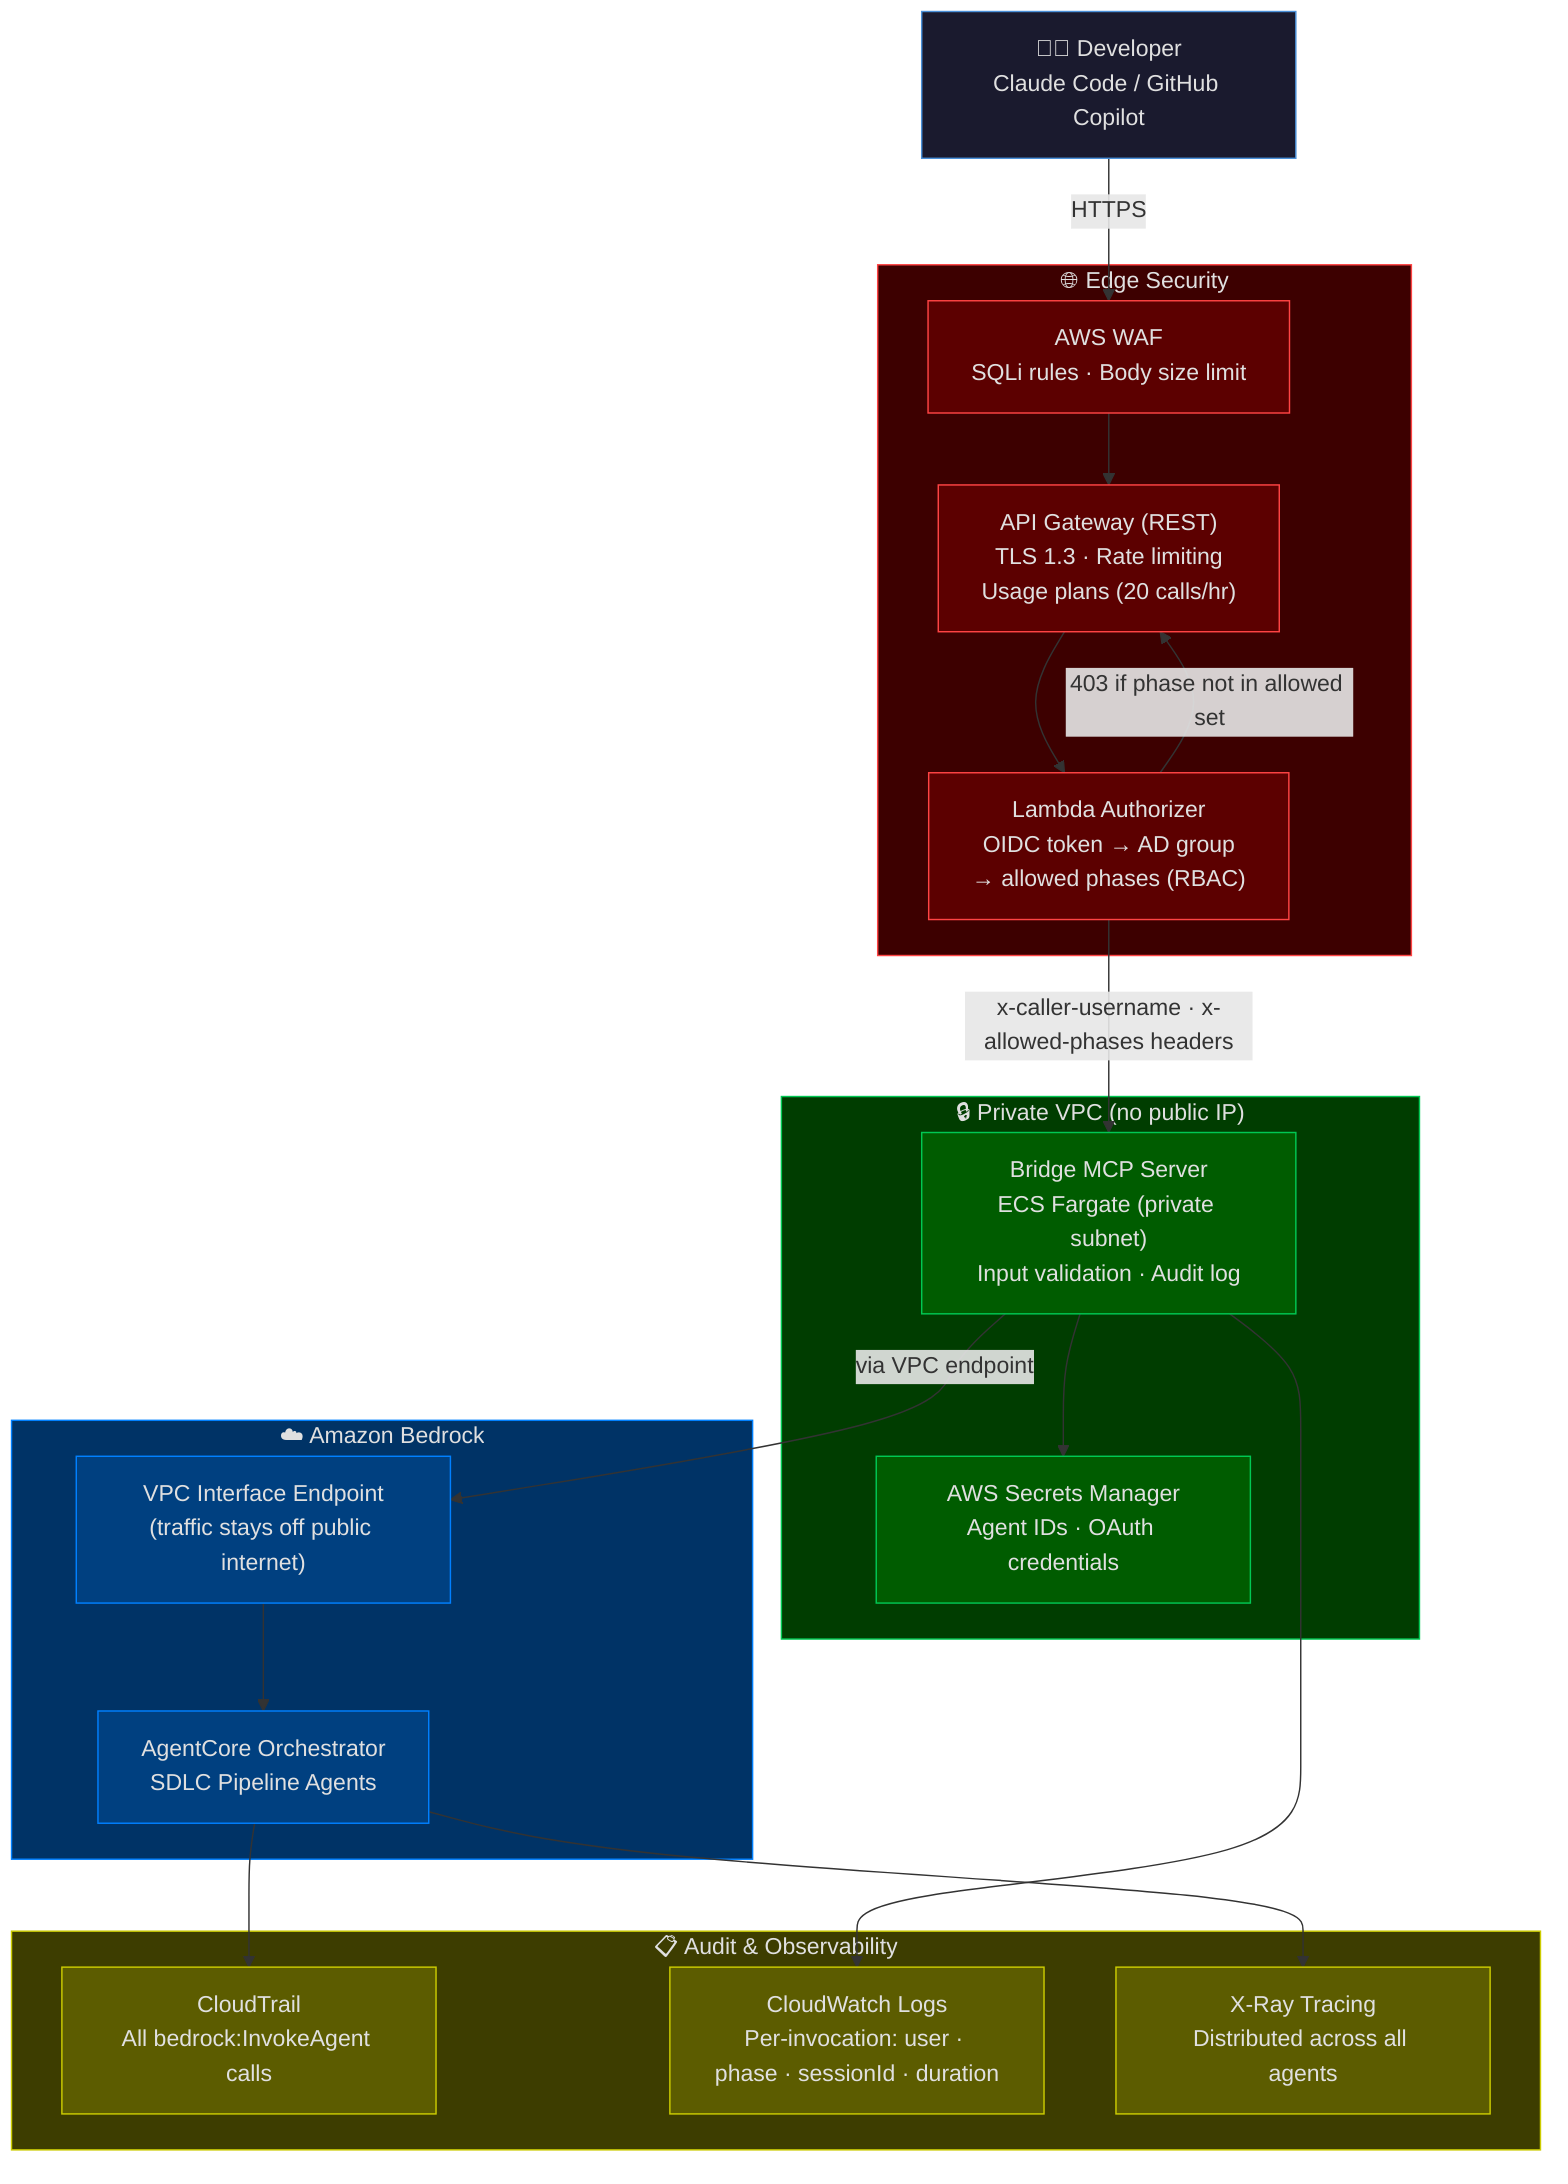
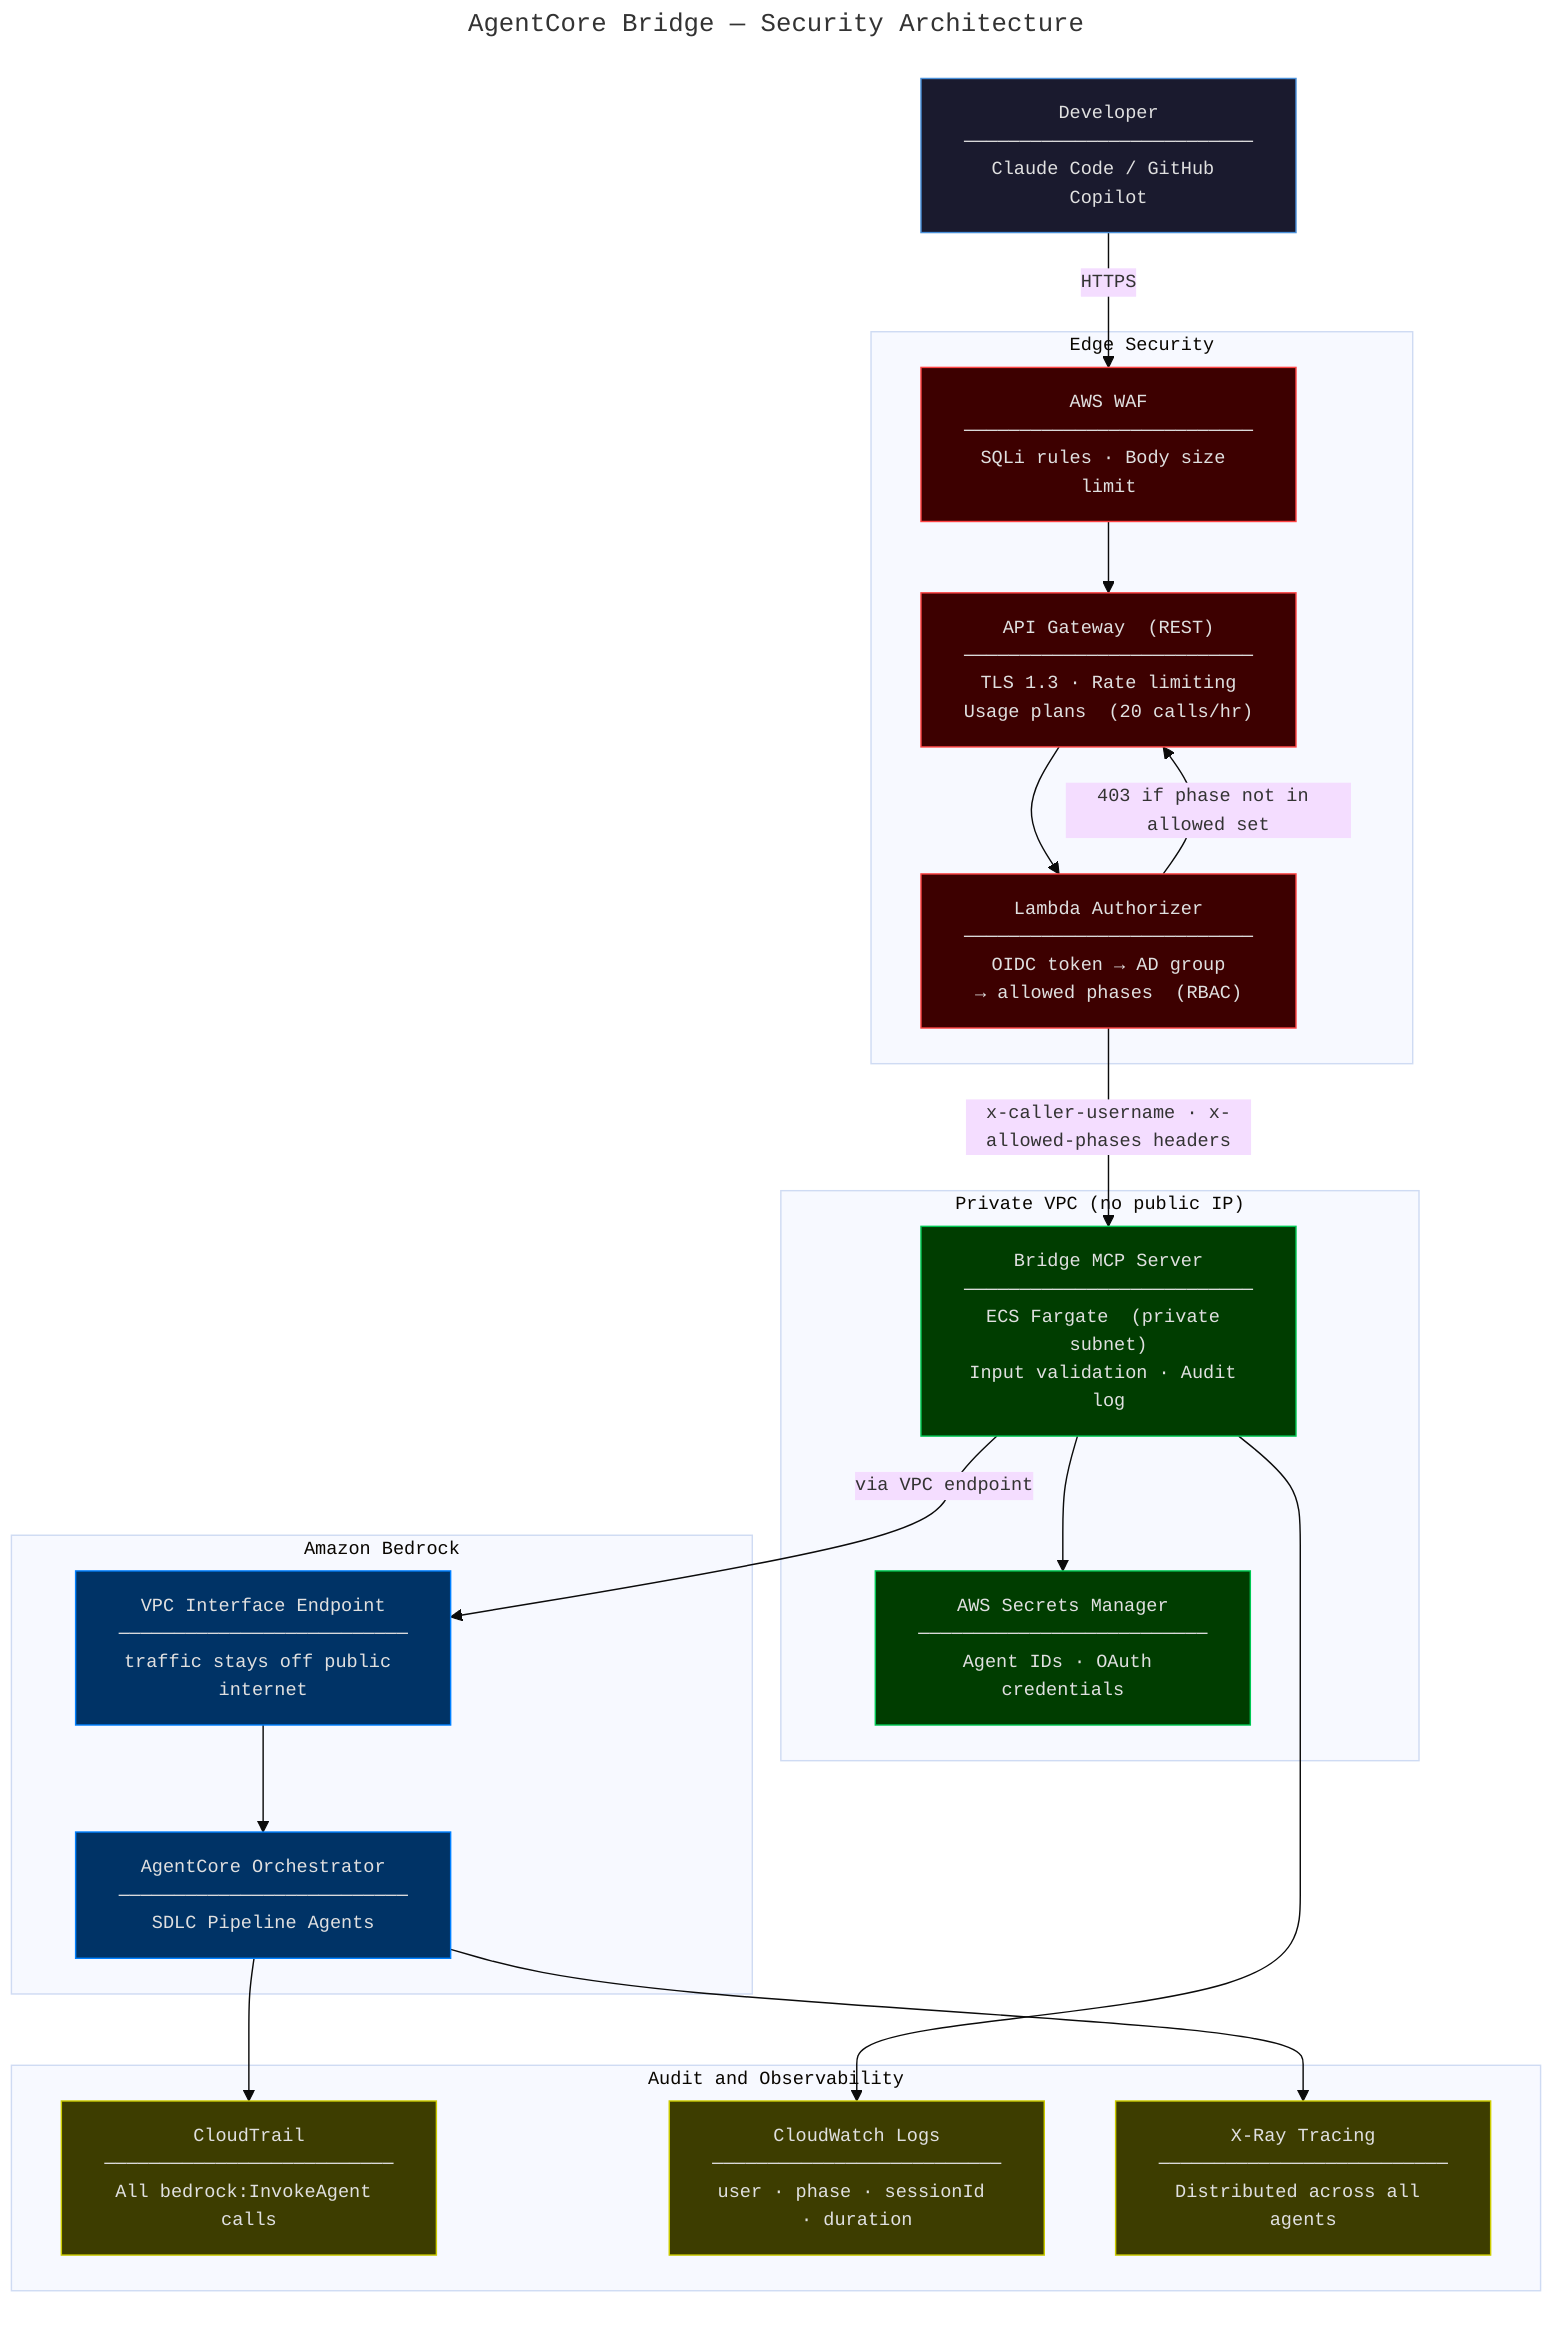
- flowchart TD
-     DEV["👨‍💻 Developer<br/>Claude Code / GitHub Copilot"]
+ ---
+ title: "AgentCore Bridge — Security Architecture"
+ ---
+ %%{init: {'theme': 'base', 'themeVariables': {'fontSize': '13px', 'fontFamily': 'monospace'}}}%%
+ graph TD
+     DEV["Developer\n──────────────────────────\nClaude Code / GitHub Copilot"]

-     subgraph EDGE["🌐 Edge Security"]
-         WAF["AWS WAF<br/>SQLi rules · Body size limit"]
-         APIGW["API Gateway (REST)<br/>TLS 1.3 · Rate limiting<br/>Usage plans (20 calls/hr)"]
-         AUTH["Lambda Authorizer<br/>OIDC token → AD group<br/>→ allowed phases (RBAC)"]
+     subgraph EDGE["Edge Security"]
+         WAF["AWS WAF\n──────────────────────────\nSQLi rules · Body size limit"]
+         APIGW["API Gateway  (REST)\n──────────────────────────\nTLS 1.3 · Rate limiting\nUsage plans  (20 calls/hr)"]
+         AUTH["Lambda Authorizer\n──────────────────────────\nOIDC token → AD group\n→ allowed phases  (RBAC)"]
    end

-     subgraph VPC["🔒 Private VPC (no public IP)"]
-         ECS["Bridge MCP Server<br/>ECS Fargate (private subnet)<br/>Input validation · Audit log"]
-         SM["AWS Secrets Manager<br/>Agent IDs · OAuth credentials"]
+     subgraph VPC["Private VPC  (no public IP)"]
+         ECS["Bridge MCP Server\n──────────────────────────\nECS Fargate  (private subnet)\nInput validation · Audit log"]
+         SM["AWS Secrets Manager\n──────────────────────────\nAgent IDs · OAuth credentials"]
    end

-     subgraph BEDROCK["☁️ Amazon Bedrock"]
-         VPCE["VPC Interface Endpoint<br/>(traffic stays off public internet)"]
-         AGENT["AgentCore Orchestrator<br/>SDLC Pipeline Agents"]
+     subgraph BEDROCK["Amazon Bedrock"]
+         VPCE["VPC Interface Endpoint\n──────────────────────────\ntraffic stays off public internet"]
+         AGENT["AgentCore Orchestrator\n──────────────────────────\nSDLC Pipeline Agents"]
    end

-     subgraph AUDIT["📋 Audit & Observability"]
-         CT["CloudTrail<br/>All bedrock:InvokeAgent calls"]
-         CW["CloudWatch Logs<br/>Per-invocation: user · phase · sessionId · duration"]
-         XR["X-Ray Tracing<br/>Distributed across all agents"]
+     subgraph AUDIT["Audit and Observability"]
+         CT["CloudTrail\n──────────────────────────\nAll bedrock:InvokeAgent calls"]
+         CW["CloudWatch Logs\n──────────────────────────\nuser · phase · sessionId · duration"]
+         XR["X-Ray Tracing\n──────────────────────────\nDistributed across all agents"]
    end

    DEV -- "HTTPS" --> WAF
    WAF --> APIGW
    APIGW --> AUTH
    AUTH -- "403 if phase not in allowed set" --> APIGW
    AUTH -- "x-caller-username · x-allowed-phases headers" --> ECS
    ECS --> SM
    ECS -- "via VPC endpoint" --> VPCE
    VPCE --> AGENT
    AGENT --> CT
    ECS --> CW
    AGENT --> XR

-     style DEV fill:#1a1a2e,color:#e0e0e0,stroke:#4a90d9
-     style EDGE fill:#3d0000,color:#e0e0e0,stroke:#ff4444
-     style WAF fill:#5c0000,color:#e0e0e0,stroke:#ff4444
-     style APIGW fill:#5c0000,color:#e0e0e0,stroke:#ff4444
-     style AUTH fill:#5c0000,color:#e0e0e0,stroke:#ff4444
-     style VPC fill:#003d00,color:#e0e0e0,stroke:#00c853
-     style ECS fill:#005c00,color:#e0e0e0,stroke:#00c853
-     style SM fill:#005c00,color:#e0e0e0,stroke:#00c853
-     style BEDROCK fill:#003366,color:#e0e0e0,stroke:#0080ff
-     style VPCE fill:#004080,color:#e0e0e0,stroke:#0080ff
-     style AGENT fill:#004080,color:#e0e0e0,stroke:#0080ff
-     style AUDIT fill:#3d3d00,color:#e0e0e0,stroke:#cccc00
-     style CT fill:#5c5c00,color:#e0e0e0,stroke:#cccc00
-     style CW fill:#5c5c00,color:#e0e0e0,stroke:#cccc00
-     style XR fill:#5c5c00,color:#e0e0e0,stroke:#cccc00
+     classDef dev    fill:#1a1a2e,color:#e0e0e0,stroke:#4a90d9,stroke-width:1px
+     classDef edge   fill:#3d0000,color:#e0e0e0,stroke:#ff4444,stroke-width:1px
+     classDef vpc    fill:#003d00,color:#e0e0e0,stroke:#00c853,stroke-width:1px
+     classDef aws    fill:#003366,color:#e0e0e0,stroke:#0080ff,stroke-width:1px
+     classDef audit  fill:#3d3d00,color:#e0e0e0,stroke:#cccc00,stroke-width:1px
+ 
+     class DEV dev
+     class WAF,APIGW,AUTH edge
+     class ECS,SM vpc
+     class VPCE,AGENT aws
+     class CT,CW,XR audit
